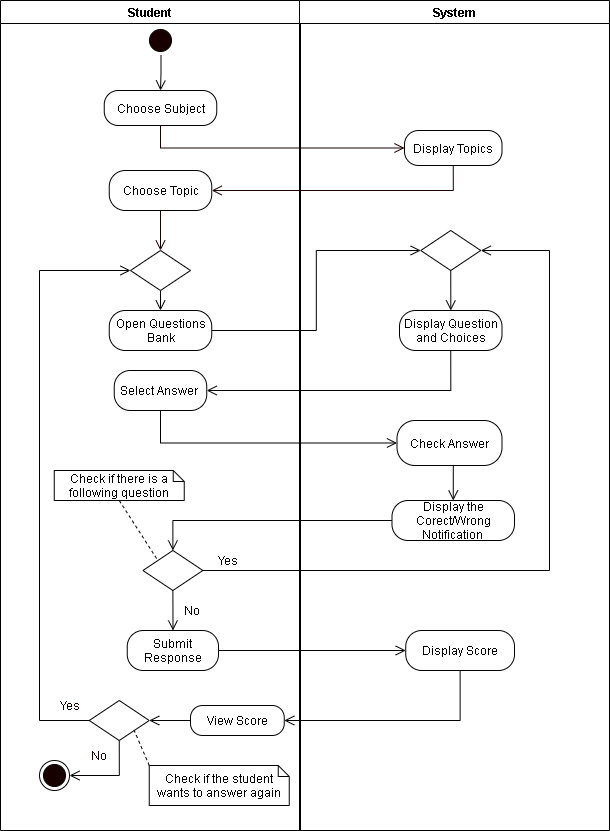
The draw.io diagram REVISIONS/UML-DIAGRAMS/6-28-2021/ACTIVITY DIAGRAM/26-Take Trial Quiz.png in mrklglsn/CAPSTONE-FILES, before a commit. Source tidied: cells renumbered, new cells last; positions are measured from the earlier drawing's top-left corner, leaving out a move shared by most shapes.
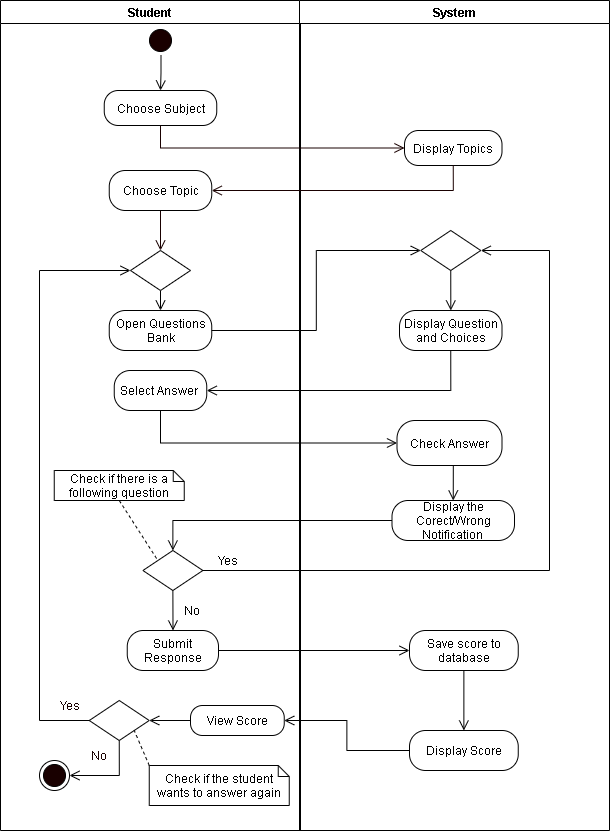
The same diagram one commit later.

What changed in the source:
```diff
@@ -99,7 +99,7 @@
       <mxGeometry x="92.5" y="500" width="122.5" height="40" as="geometry" />
     </mxCell>
     <mxCell id="31" value="Display Score" style="rounded=1;whiteSpace=wrap;html=1;arcSize=40;" parent="28" vertex="1">
-      <mxGeometry x="106.2" y="630" width="108.8" height="40" as="geometry" />
+      <mxGeometry x="110" y="730" width="108.8" height="40" as="geometry" />
     </mxCell>
     <mxCell id="32" value="Display Question and Choices" style="rounded=1;whiteSpace=wrap;html=1;arcSize=40;" parent="28" vertex="1">
       <mxGeometry x="100" y="310" width="102.5" height="40" as="geometry" />
@@ -116,6 +116,12 @@
     <mxCell id="36" value="Check Answer" style="rounded=1;whiteSpace=wrap;html=1;arcSize=40;" parent="28" vertex="1">
       <mxGeometry x="97.5" y="420" width="105" height="45" as="geometry" />
     </mxCell>
+    <mxCell id="47" style="edgeStyle=orthogonalEdgeStyle;rounded=0;jettySize=auto;html=1;exitX=0.5;exitY=1;exitDx=0;exitDy=0;endArrow=open;endFill=0;endSize=8;" parent="28" edge="1" source="48" target="31">
+      <mxGeometry relative="1" as="geometry" />
+    </mxCell>
+    <mxCell id="48" value="Save score to database" style="rounded=1;whiteSpace=wrap;html=1;arcSize=40;" parent="28" vertex="1">
+      <mxGeometry x="110" y="630" width="108.8" height="40" as="geometry" />
+    </mxCell>
     <mxCell id="37" style="edgeStyle=orthogonalEdgeStyle;rounded=0;jettySize=auto;html=1;exitX=0.5;exitY=1;exitDx=0;exitDy=0;entryX=0;entryY=0.5;entryDx=0;entryDy=0;fontColor=#FFFFFF;endArrow=open;endFill=0;endSize=8;strokeColor=#190000;" parent="1" edge="1" source="5" target="29">
       <mxGeometry relative="1" as="geometry" />
     </mxCell>
@@ -131,7 +137,7 @@
     <mxCell id="41" style="edgeStyle=orthogonalEdgeStyle;rounded=0;jettySize=auto;html=1;exitX=1;exitY=0.5;exitDx=0;exitDy=0;endArrow=open;endFill=0;endSize=8;entryX=0;entryY=0.5;entryDx=0;entryDy=0;" parent="1" edge="1" source="8" target="34">
       <mxGeometry relative="1" as="geometry" />
     </mxCell>
-    <mxCell id="42" style="edgeStyle=orthogonalEdgeStyle;rounded=0;jettySize=auto;html=1;exitX=1;exitY=0.5;exitDx=0;exitDy=0;endArrow=open;endFill=0;endSize=8;" parent="1" edge="1" source="10" target="31">
+    <mxCell id="42" style="edgeStyle=orthogonalEdgeStyle;rounded=0;jettySize=auto;html=1;exitX=1;exitY=0.5;exitDx=0;exitDy=0;endArrow=open;endFill=0;endSize=8;entryX=0;entryY=0.5;entryDx=0;entryDy=0;" parent="1" edge="1" source="10" target="48">
       <mxGeometry relative="1" as="geometry" />
     </mxCell>
     <mxCell id="43" style="edgeStyle=orthogonalEdgeStyle;rounded=0;jettySize=auto;html=1;entryX=1;entryY=0.5;entryDx=0;entryDy=0;endArrow=open;endFill=0;endSize=8;exitX=1;exitY=0.5;exitDx=0;exitDy=0;" parent="1" edge="1" source="14" target="34">
@@ -148,7 +154,7 @@
     <mxCell id="45" style="edgeStyle=orthogonalEdgeStyle;rounded=0;jettySize=auto;html=1;exitX=0.5;exitY=1;exitDx=0;exitDy=0;entryX=0;entryY=0.5;entryDx=0;entryDy=0;endArrow=open;endFill=0;endSize=8;" parent="1" edge="1" source="9" target="36">
       <mxGeometry relative="1" as="geometry" />
     </mxCell>
-    <mxCell id="46" style="edgeStyle=orthogonalEdgeStyle;rounded=0;jettySize=auto;html=1;exitX=0.5;exitY=1;exitDx=0;exitDy=0;endArrow=open;endFill=0;endSize=8;entryX=1;entryY=0.5;entryDx=0;entryDy=0;" parent="1" edge="1" source="31" target="24">
+    <mxCell id="46" style="edgeStyle=orthogonalEdgeStyle;rounded=0;jettySize=auto;html=1;exitX=0;exitY=0.5;exitDx=0;exitDy=0;endArrow=open;endFill=0;endSize=8;entryX=1;entryY=0.5;entryDx=0;entryDy=0;" parent="1" edge="1" source="31" target="24">
       <mxGeometry relative="1" as="geometry" />
     </mxCell>
   </root>
```
